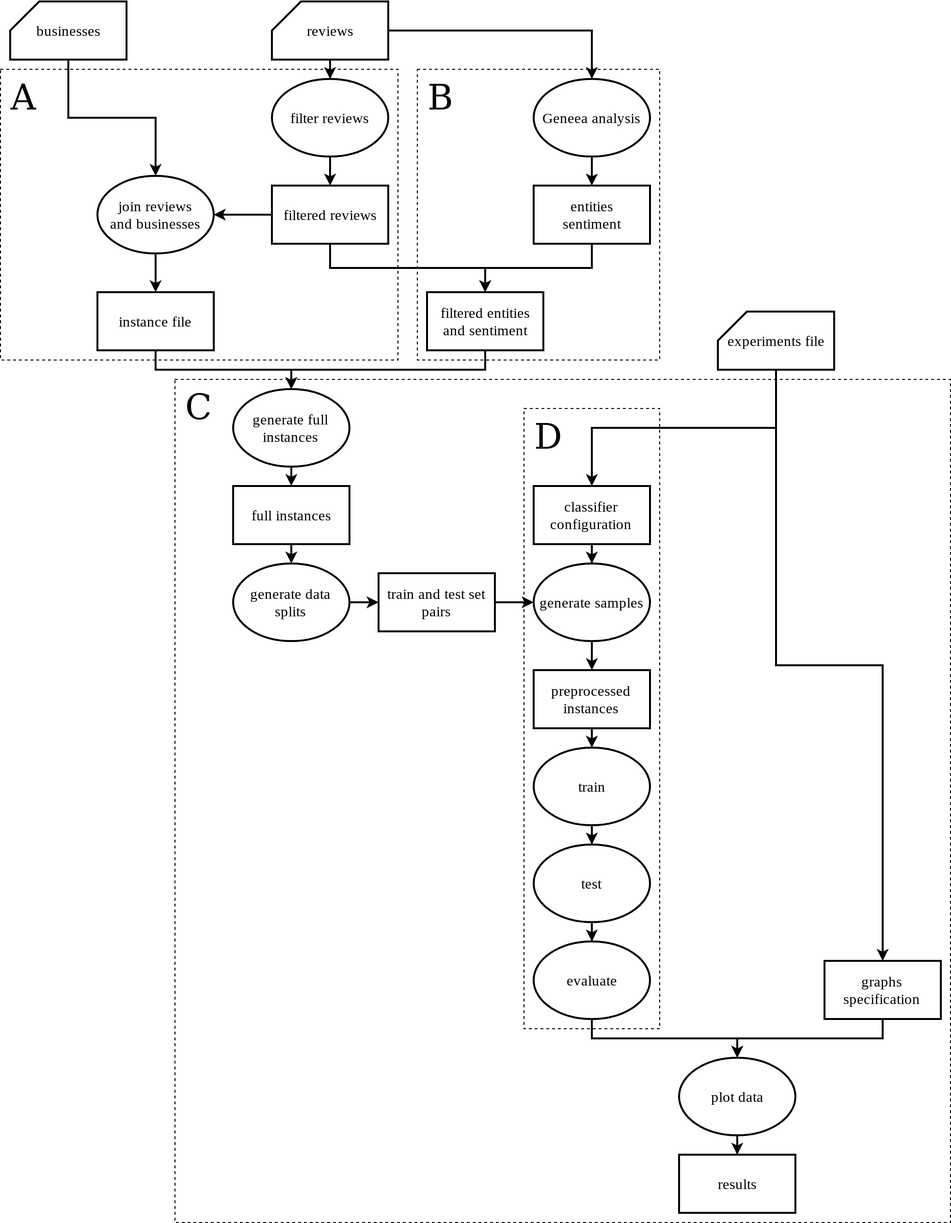
The draw.io diagram diplomky/en/figures/conceptual_design.png in knezi/bachelor_thesis, before a commit. Source tidied: cells renumbered, new cells last; positions are measured from the earlier drawing's top-left corner, leaving out a move shared by most shapes.
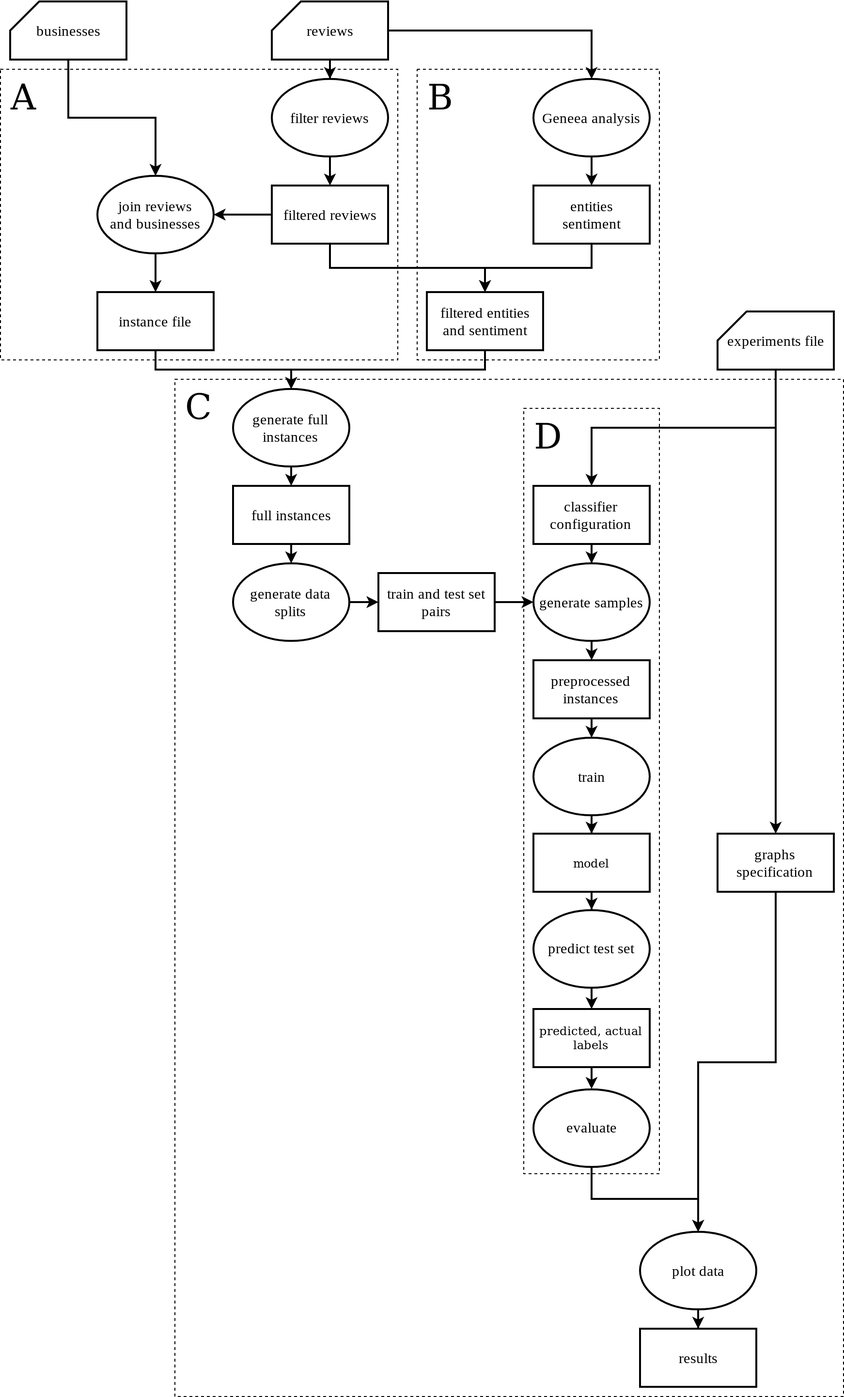
Above is the later version.

What changed in the source:
```diff
@@ -3,10 +3,10 @@
     <mxCell id="0" />
     <mxCell id="1" parent="0" />
     <mxCell id="2" value="&amp;nbsp; &lt;font style=&quot;font-size: 36px&quot; face=&quot;Comic Sans MS&quot;&gt;C&lt;/font&gt;" style="rounded=0;whiteSpace=wrap;html=1;verticalAlign=top;align=left;fontFamily=Comic Sans MS;dashed=1;strokeWidth=1;" parent="1" vertex="1">
-      <mxGeometry x="180" y="390" width="800" height="870" as="geometry" />
+      <mxGeometry x="180" y="390" width="690" height="1050" as="geometry" />
     </mxCell>
     <mxCell id="3" value="&amp;nbsp; &lt;font style=&quot;font-size: 36px&quot; face=&quot;Comic Sans MS&quot;&gt;D&lt;/font&gt;" style="rounded=0;whiteSpace=wrap;html=1;verticalAlign=top;align=left;fontFamily=Comic Sans MS;dashed=1;strokeWidth=1;" parent="1" vertex="1">
-      <mxGeometry x="540" y="420" width="140" height="640" as="geometry" />
+      <mxGeometry x="540" y="420" width="140" height="790" as="geometry" />
     </mxCell>
     <mxCell id="4" value="&amp;nbsp; &lt;font style=&quot;font-size: 36px&quot; face=&quot;Comic Sans MS&quot;&gt;B&lt;/font&gt;" style="rounded=0;whiteSpace=wrap;html=1;verticalAlign=top;align=left;fontFamily=Comic Sans MS;dashed=1;strokeWidth=1;" parent="1" vertex="1">
       <mxGeometry x="430" y="70" width="250" height="300" as="geometry" />
@@ -119,7 +119,7 @@
       <mxGeometry relative="1" as="geometry" />
     </mxCell>
     <mxCell id="40" value="graphs specification" style="rounded=0;whiteSpace=wrap;html=1;fontFamily=Times New Roman;fontSize=15;strokeWidth=2;" parent="1" vertex="1">
-      <mxGeometry x="850" y="990" width="120" height="60" as="geometry" />
+      <mxGeometry x="740" y="859" width="120" height="60" as="geometry" />
     </mxCell>
     <mxCell id="41" style="edgeStyle=orthogonalEdgeStyle;rounded=0;jettySize=auto;html=1;exitX=0.5;exitY=1;exitDx=0;exitDy=0;entryX=0.5;entryY=0;entryDx=0;entryDy=0;fontFamily=Times New Roman;fontSize=15;strokeWidth=2;" parent="1" edge="1" source="42" target="44">
       <mxGeometry relative="1" as="geometry" />
@@ -131,34 +131,46 @@
       <mxGeometry relative="1" as="geometry" />
     </mxCell>
     <mxCell id="44" value="preprocessed instances" style="rounded=0;whiteSpace=wrap;html=1;fontFamily=Times New Roman;fontSize=15;strokeWidth=2;" parent="1" vertex="1">
-      <mxGeometry x="550" y="690" width="120" height="60" as="geometry" />
+      <mxGeometry x="550" y="680" width="120" height="60" as="geometry" />
     </mxCell>
-    <mxCell id="45" style="edgeStyle=orthogonalEdgeStyle;rounded=0;jettySize=auto;html=1;exitX=0.5;exitY=1;exitDx=0;exitDy=0;fontFamily=Times New Roman;fontSize=15;strokeWidth=2;" parent="1" edge="1" source="46" target="48">
-      <mxGeometry relative="1" as="geometry" />
-    </mxCell>
+    <mxCell id="54" style="edgeStyle=orthogonalEdgeStyle;rounded=0;jettySize=auto;html=1;strokeWidth=2;fontFamily=Comic Sans MS;" parent="1" edge="1" source="46" target="57">
+      <mxGeometry relative="1" as="geometry" />
+    </mxCell>
     <mxCell id="46" value="train" style="ellipse;whiteSpace=wrap;html=1;fontFamily=Times New Roman;fontSize=15;strokeWidth=2;" parent="1" vertex="1">
-      <mxGeometry x="550" y="770" width="120" height="80" as="geometry" />
+      <mxGeometry x="550" y="760" width="120" height="80" as="geometry" />
     </mxCell>
-    <mxCell id="47" style="edgeStyle=orthogonalEdgeStyle;rounded=0;jettySize=auto;html=1;exitX=0.5;exitY=1;exitDx=0;exitDy=0;fontFamily=Times New Roman;fontSize=15;strokeWidth=2;" parent="1" edge="1" source="48" target="50">
-      <mxGeometry relative="1" as="geometry" />
-    </mxCell>
+    <mxCell id="55" style="edgeStyle=orthogonalEdgeStyle;rounded=0;jettySize=auto;html=1;strokeWidth=2;fontFamily=Comic Sans MS;" parent="1" edge="1" source="48" target="59">
+      <mxGeometry relative="1" as="geometry" />
+    </mxCell>
-    <mxCell id="48" value="test" style="ellipse;whiteSpace=wrap;html=1;fontFamily=Times New Roman;fontSize=15;strokeWidth=2;" parent="1" vertex="1">
-      <mxGeometry x="550" y="870" width="120" height="80" as="geometry" />
+    <mxCell id="48" value="&lt;div&gt;predict test set&lt;/div&gt;" style="ellipse;whiteSpace=wrap;html=1;fontFamily=Times New Roman;fontSize=15;strokeWidth=2;" parent="1" vertex="1">
+      <mxGeometry x="550" y="937.5" width="120" height="80" as="geometry" />
     </mxCell>
     <mxCell id="49" style="edgeStyle=orthogonalEdgeStyle;rounded=0;jettySize=auto;html=1;exitX=0.5;exitY=1;exitDx=0;exitDy=0;fontFamily=Times New Roman;fontSize=15;strokeWidth=2;" parent="1" edge="1" source="50" target="52">
       <mxGeometry relative="1" as="geometry" />
     </mxCell>
     <mxCell id="50" value="evaluate" style="ellipse;whiteSpace=wrap;html=1;fontFamily=Times New Roman;fontSize=15;strokeWidth=2;" parent="1" vertex="1">
-      <mxGeometry x="550" y="970" width="120" height="80" as="geometry" />
+      <mxGeometry x="550" y="1122.5" width="120" height="80" as="geometry" />
     </mxCell>
     <mxCell id="51" style="edgeStyle=orthogonalEdgeStyle;rounded=0;jettySize=auto;html=1;exitX=0.5;exitY=1;exitDx=0;exitDy=0;fontFamily=Times New Roman;fontSize=15;strokeWidth=2;" parent="1" edge="1" source="52" target="53">
       <mxGeometry relative="1" as="geometry" />
     </mxCell>
     <mxCell id="52" value="plot data" style="ellipse;whiteSpace=wrap;html=1;fontFamily=Times New Roman;fontSize=15;strokeWidth=2;" parent="1" vertex="1">
-      <mxGeometry x="700" y="1090" width="120" height="80" as="geometry" />
+      <mxGeometry x="660" y="1270" width="120" height="80" as="geometry" />
     </mxCell>
     <mxCell id="53" value="results" style="rounded=0;whiteSpace=wrap;html=1;fontFamily=Times New Roman;fontSize=15;strokeWidth=2;" parent="1" vertex="1">
-      <mxGeometry x="700" y="1190" width="120" height="60" as="geometry" />
+      <mxGeometry x="660" y="1370" width="120" height="60" as="geometry" />
     </mxCell>
+    <mxCell id="56" style="edgeStyle=orthogonalEdgeStyle;rounded=0;jettySize=auto;html=1;strokeWidth=2;fontFamily=Comic Sans MS;" parent="1" edge="1" source="57" target="48">
+      <mxGeometry relative="1" as="geometry" />
+    </mxCell>
+    <mxCell id="57" value="model" style="rounded=0;whiteSpace=wrap;html=1;strokeWidth=2;fontFamily=Comic Sans MS;align=center;" parent="1" vertex="1">
+      <mxGeometry x="550" y="859" width="120" height="60" as="geometry" />
+    </mxCell>
+    <mxCell id="58" style="edgeStyle=orthogonalEdgeStyle;rounded=0;jettySize=auto;html=1;strokeWidth=2;fontFamily=Comic Sans MS;" parent="1" edge="1" source="59" target="50">
+      <mxGeometry relative="1" as="geometry" />
+    </mxCell>
+    <mxCell id="59" value="&lt;div&gt;predicted, actual labels&lt;br&gt;&lt;/div&gt;" style="rounded=0;whiteSpace=wrap;html=1;strokeWidth=2;fontFamily=Comic Sans MS;align=center;" parent="1" vertex="1">
+      <mxGeometry x="550" y="1040" width="120" height="60" as="geometry" />
+    </mxCell>
   </root>
 </mxGraphModel>
```
